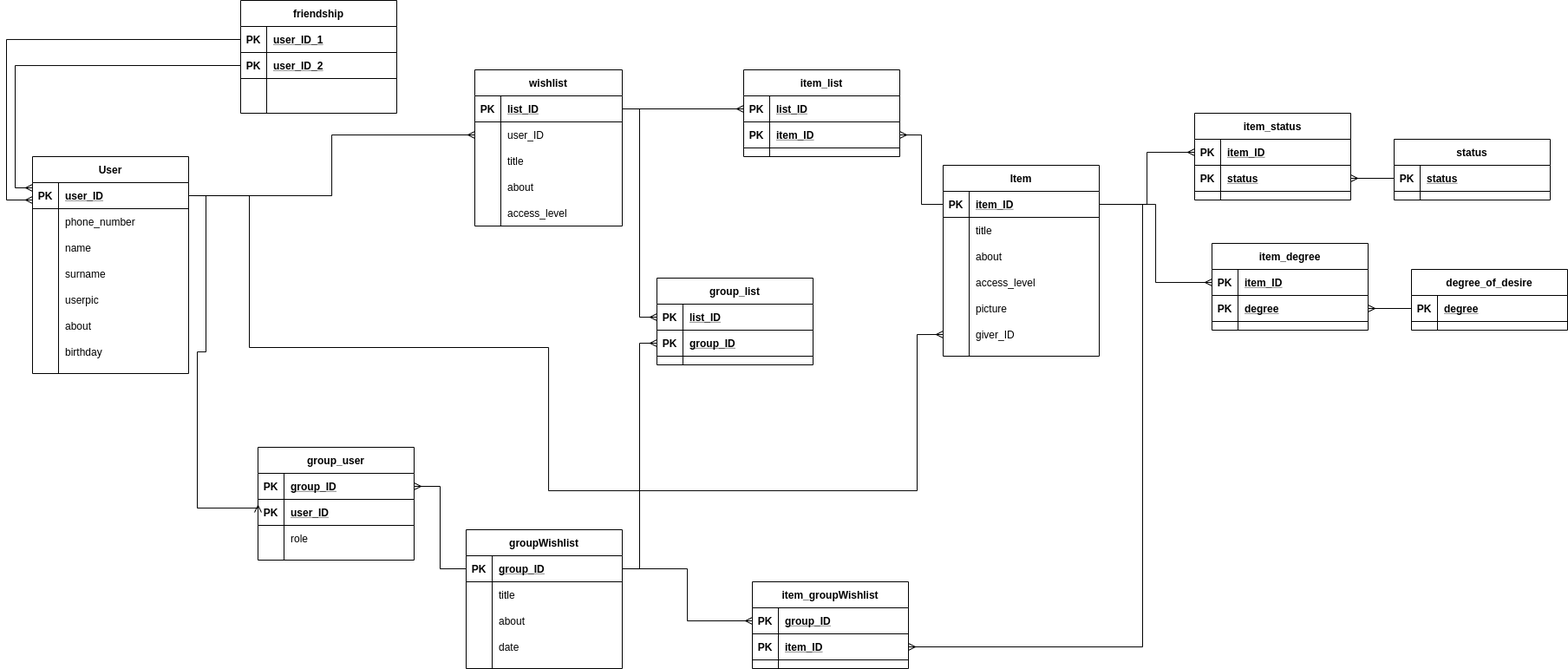
The draw.io diagram DB_wishlist.png in johuex/wishlist_rest, before a commit. Source tidied: cells renumbered, new cells last; positions are measured from the earlier drawing's top-left corner, leaving out a move shared by most shapes.
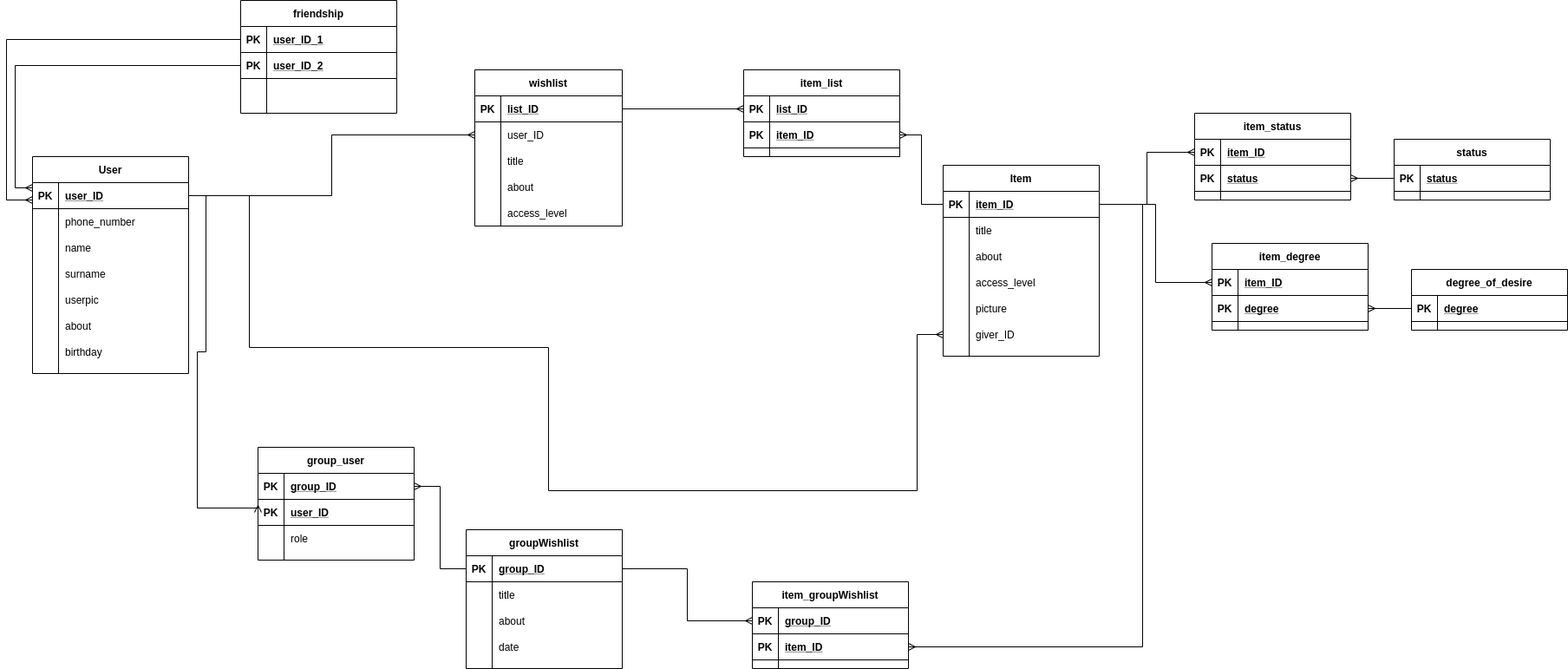
After the commit.

What changed in the source:
```diff
@@ -449,32 +449,5 @@
     <mxCell id="141" value="degree" style="shape=partialRectangle;fillColor=none;top=0;left=0;bottom=0;right=0;align=left;spacingLeft=6;fontStyle=5;overflow=hidden;" parent="139" vertex="1">
       <mxGeometry x="30" width="150" height="30" as="geometry" />
     </mxCell>
-    <mxCell id="142" value="group_list" style="shape=table;startSize=30;rowLines=0;fontStyle=1;align=center;" parent="1" vertex="1">
-      <mxGeometry x="750" y="320" width="180" height="100" as="geometry" />
-    </mxCell>
-    <mxCell id="143" style="shape=partialRectangle;fillColor=none;top=0;left=0;bottom=1;right=0;points=[[0,0.5],[1,0.5]];portConstraint=eastwest;" parent="142" vertex="1">
-      <mxGeometry y="30" width="180" height="30" as="geometry" />
-    </mxCell>
-    <mxCell id="144" value="PK" style="shape=partialRectangle;fillColor=none;top=0;left=0;bottom=0;right=0;fontStyle=1;overflow=hidden;" parent="143" vertex="1">
-      <mxGeometry width="30" height="30" as="geometry" />
-    </mxCell>
-    <mxCell id="145" value="list_ID" style="shape=partialRectangle;fillColor=none;top=0;left=0;bottom=0;right=0;align=left;spacingLeft=6;fontStyle=5;overflow=hidden;" parent="143" vertex="1">
-      <mxGeometry x="30" width="150" height="30" as="geometry" />
-    </mxCell>
-    <mxCell id="146" style="shape=partialRectangle;fillColor=none;top=0;left=0;bottom=1;right=0;points=[[0,0.5],[1,0.5]];portConstraint=eastwest;" parent="142" vertex="1">
-      <mxGeometry y="60" width="180" height="30" as="geometry" />
-    </mxCell>
-    <mxCell id="147" value="PK" style="shape=partialRectangle;fillColor=none;top=0;left=0;bottom=0;right=0;fontStyle=1;overflow=hidden;" parent="146" vertex="1">
-      <mxGeometry width="30" height="30" as="geometry" />
-    </mxCell>
-    <mxCell id="148" value="group_ID" style="shape=partialRectangle;fillColor=none;top=0;left=0;bottom=0;right=0;align=left;spacingLeft=6;fontStyle=5;overflow=hidden;" parent="146" vertex="1">
-      <mxGeometry x="30" width="150" height="30" as="geometry" />
-    </mxCell>
-    <mxCell id="149" style="edgeStyle=orthogonalEdgeStyle;rounded=0;jettySize=auto;html=1;exitX=1;exitY=0.5;exitDx=0;exitDy=0;entryX=0;entryY=0.5;entryDx=0;entryDy=0;startArrow=none;startFill=0;endArrow=ERmany;endFill=0;" parent="1" edge="1" source="86" target="143">
-      <mxGeometry relative="1" as="geometry" />
-    </mxCell>
-    <mxCell id="150" style="edgeStyle=orthogonalEdgeStyle;rounded=0;jettySize=auto;html=1;exitX=1;exitY=0.5;exitDx=0;exitDy=0;entryX=0;entryY=0.5;entryDx=0;entryDy=0;startArrow=none;startFill=0;endArrow=ERmany;endFill=0;" parent="1" edge="1" source="26" target="146">
-      <mxGeometry relative="1" as="geometry" />
-    </mxCell>
   </root>
 </mxGraphModel>
```
